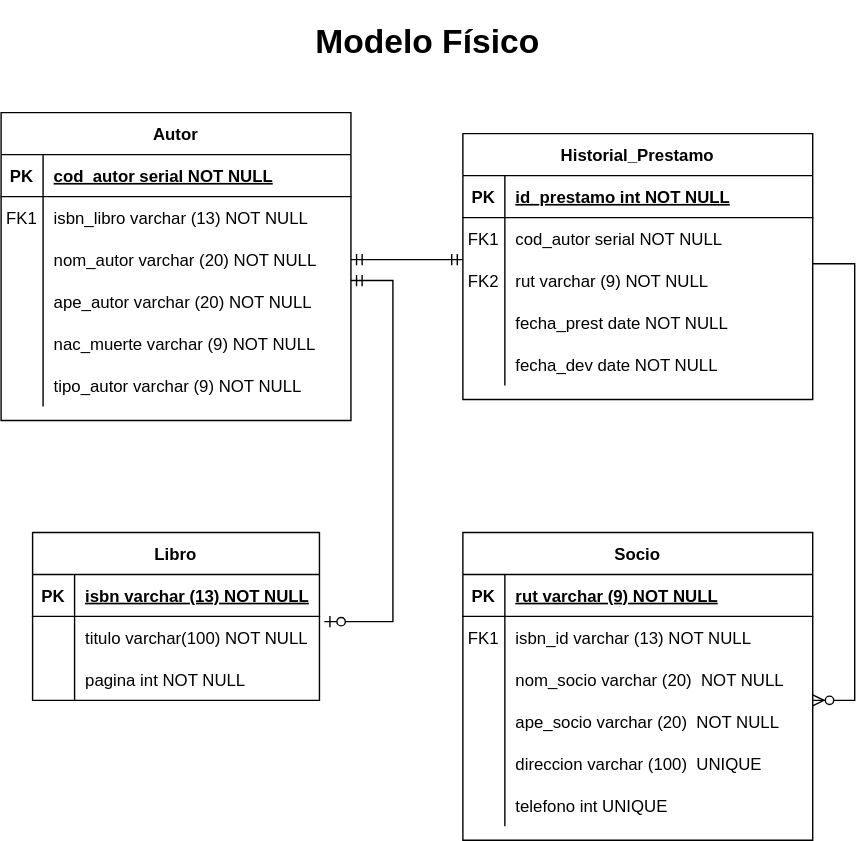
Before: Modelo fisico.drawio.svg, a diagram exported from draw.io (FranSantander/-Biblioteca). Source tidied: cells renumbered, new cells last; positions are measured from the earlier drawing's top-left corner, leaving out a move shared by most shapes.
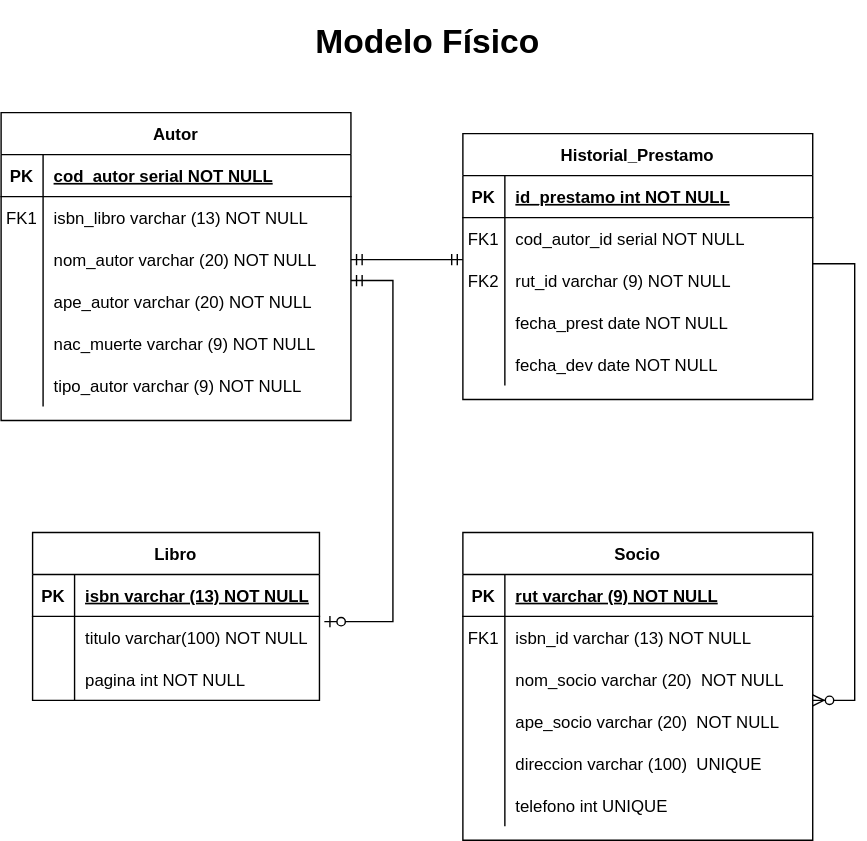
After the commit.

Change to the diagram source:
```diff
@@ -26,7 +26,7 @@
     <mxCell id="8" value="FK1" style="shape=partialRectangle;overflow=hidden;fillColor=none;top=0;left=0;bottom=0;right=0;" parent="7" vertex="1">
       <mxGeometry width="30" height="30" as="geometry" />
     </mxCell>
-    <mxCell id="9" value="cod_autor serial NOT NULL" style="shape=partialRectangle;overflow=hidden;fillColor=none;top=0;left=0;bottom=0;right=0;align=left;spacingLeft=6;fontStyle=0;" parent="7" vertex="1">
+    <mxCell id="9" value="cod_autor_id serial NOT NULL" style="shape=partialRectangle;overflow=hidden;fillColor=none;top=0;left=0;bottom=0;right=0;align=left;spacingLeft=6;fontStyle=0;" parent="7" vertex="1">
       <mxGeometry x="30" width="220" height="30" as="geometry" />
     </mxCell>
     <mxCell id="10" style="shape=partialRectangle;fillColor=none;points=[[0,0.5],[1,0.5]];portConstraint=eastwest;top=0;left=0;right=0;bottom=0;" parent="3" vertex="1">
@@ -35,7 +35,7 @@
     <mxCell id="11" value="FK2" style="shape=partialRectangle;overflow=hidden;fillColor=none;top=0;left=0;bottom=0;right=0;" parent="10" vertex="1">
       <mxGeometry width="30" height="30" as="geometry" />
     </mxCell>
-    <mxCell id="12" value="rut varchar (9) NOT NULL" style="shape=partialRectangle;overflow=hidden;fillColor=none;top=0;left=0;bottom=0;right=0;align=left;spacingLeft=6;" parent="10" vertex="1">
+    <mxCell id="12" value="rut_id varchar (9) NOT NULL" style="shape=partialRectangle;overflow=hidden;fillColor=none;top=0;left=0;bottom=0;right=0;align=left;spacingLeft=6;" parent="10" vertex="1">
       <mxGeometry x="30" width="220" height="30" as="geometry" />
     </mxCell>
     <mxCell id="13" style="shape=partialRectangle;fillColor=none;top=0;left=0;right=0;bottom=0;" parent="3" vertex="1">
```
